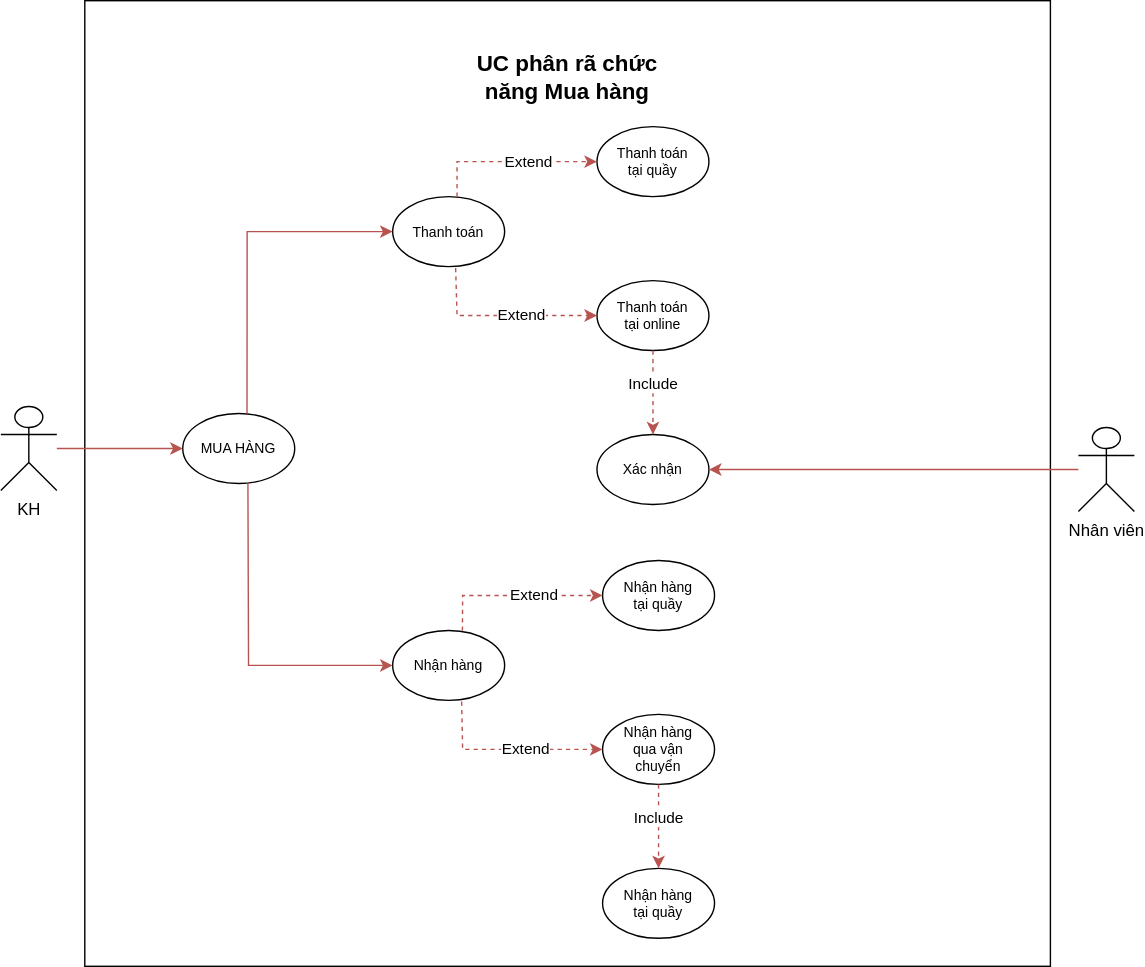
Earlier version of the draw.io export Ecommerce_Buy_UC.drawio.svg (quang08/Sys-Des-Analytics). Source tidied: cells renumbered, new cells last; positions are measured from the earlier drawing's top-left corner, leaving out a move shared by most shapes. The source it was exported from:
```xml
<mxGraphModel>
  <root>
    <mxCell id="0" />
    <mxCell id="1" parent="0" />
    <mxCell id="2" style="whiteSpace=wrap;html=1;" parent="1" vertex="1">
      <mxGeometry x="60" width="690" height="690" as="geometry" />
    </mxCell>
    <mxCell id="3" value="KH&lt;br&gt;" style="shape=umlActor;verticalLabelPosition=bottom;verticalAlign=top;html=1;outlineConnect=0;" parent="1" vertex="1">
      <mxGeometry y="290" width="40" height="60" as="geometry" />
    </mxCell>
    <mxCell id="4" value="&lt;b style=&quot;font-size: 16px;&quot;&gt;UC phân rã chức năng Mua hàng&lt;/b&gt;" style="text;html=1;strokeColor=none;fillColor=none;align=center;verticalAlign=middle;whiteSpace=wrap;rounded=0;fontSize=16;" parent="1" vertex="1">
      <mxGeometry x="325" y="40" width="160" height="30" as="geometry" />
    </mxCell>
    <mxCell id="5" style="ellipse;whiteSpace=wrap;html=1;" parent="1" vertex="1">
      <mxGeometry x="130" y="295" width="80" height="50" as="geometry" />
    </mxCell>
    <mxCell id="6" value="MUA HÀNG" style="text;html=1;strokeColor=none;fillColor=none;align=center;verticalAlign=middle;whiteSpace=wrap;rounded=0;fontSize=10;" parent="1" vertex="1">
      <mxGeometry x="140" y="307.5" width="60" height="25" as="geometry" />
    </mxCell>
    <mxCell id="7" style="endArrow=classic;html=1;rounded=0;fillColor=#f8cecc;strokeColor=#b85450;" parent="1" edge="1" source="3">
      <mxGeometry relative="1" as="geometry">
        <mxPoint x="130" y="320" as="targetPoint" />
      </mxGeometry>
    </mxCell>
    <mxCell id="8" style="ellipse;whiteSpace=wrap;html=1;" parent="1" vertex="1">
      <mxGeometry x="280" y="140" width="80" height="50" as="geometry" />
    </mxCell>
    <mxCell id="9" value="Thanh toán" style="text;html=1;strokeColor=none;fillColor=none;align=center;verticalAlign=middle;whiteSpace=wrap;rounded=0;fontSize=10;" parent="1" vertex="1">
      <mxGeometry x="290" y="152.5" width="60" height="25" as="geometry" />
    </mxCell>
    <mxCell id="10" style="endArrow=classic;html=1;rounded=0;fillColor=#f8cecc;strokeColor=#b85450;exitX=0.574;exitY=0.002;exitDx=0;exitDy=0;exitPerimeter=0;" parent="1" edge="1" source="5">
      <mxGeometry relative="1" as="geometry">
        <mxPoint x="280" y="165" as="targetPoint" />
        <Array as="points">
          <mxPoint x="176" y="165" />
        </Array>
      </mxGeometry>
    </mxCell>
    <mxCell id="11" style="ellipse;whiteSpace=wrap;html=1;" parent="1" vertex="1">
      <mxGeometry x="280" y="450" width="80" height="50" as="geometry" />
    </mxCell>
    <mxCell id="12" value="Nhận hàng" style="text;html=1;strokeColor=none;fillColor=none;align=center;verticalAlign=middle;whiteSpace=wrap;rounded=0;fontSize=10;" parent="1" vertex="1">
      <mxGeometry x="290" y="462.5" width="60" height="25" as="geometry" />
    </mxCell>
    <mxCell id="13" style="endArrow=classic;html=1;rounded=0;fillColor=#f8cecc;strokeColor=#b85450;exitX=0.582;exitY=0.987;exitDx=0;exitDy=0;exitPerimeter=0;" parent="1" edge="1" source="5">
      <mxGeometry relative="1" as="geometry">
        <mxPoint x="280" y="475" as="targetPoint" />
        <Array as="points">
          <mxPoint x="177" y="475" />
        </Array>
      </mxGeometry>
    </mxCell>
    <mxCell id="14" style="ellipse;whiteSpace=wrap;html=1;" parent="1" vertex="1">
      <mxGeometry x="430" y="400" width="80" height="50" as="geometry" />
    </mxCell>
    <mxCell id="15" value="Nhận hàng tại quầy" style="text;html=1;strokeColor=none;fillColor=none;align=center;verticalAlign=middle;whiteSpace=wrap;rounded=0;fontSize=10;" parent="1" vertex="1">
      <mxGeometry x="440" y="412.5" width="60" height="25" as="geometry" />
    </mxCell>
    <mxCell id="16" style="endArrow=classic;html=1;rounded=0;fillColor=#f8cecc;strokeColor=#b85450;dashed=1;exitX=0.623;exitY=0.005;exitDx=0;exitDy=0;exitPerimeter=0;" parent="1" edge="1" source="11">
      <mxGeometry relative="1" as="geometry">
        <mxPoint x="430" y="425" as="targetPoint" />
        <Array as="points">
          <mxPoint x="330" y="425" />
        </Array>
      </mxGeometry>
    </mxCell>
    <mxCell id="17" value="Extend" style="edgeLabel;html=1;align=center;verticalAlign=middle;" parent="16" vertex="1">
      <mxGeometry x="-0.15" relative="1" as="geometry">
        <mxPoint x="22" as="offset" />
      </mxGeometry>
    </mxCell>
    <mxCell id="18" style="ellipse;whiteSpace=wrap;html=1;" parent="1" vertex="1">
      <mxGeometry x="430" y="510" width="80" height="50" as="geometry" />
    </mxCell>
    <mxCell id="19" value="Nhận hàng qua vận chuyển" style="text;html=1;strokeColor=none;fillColor=none;align=center;verticalAlign=middle;whiteSpace=wrap;rounded=0;fontSize=10;" parent="1" vertex="1">
      <mxGeometry x="440" y="522.5" width="60" height="25" as="geometry" />
    </mxCell>
    <mxCell id="20" style="endArrow=classic;html=1;rounded=0;fillColor=#f8cecc;strokeColor=#b85450;dashed=1;exitX=0.616;exitY=1.017;exitDx=0;exitDy=0;exitPerimeter=0;" parent="1" edge="1" source="11">
      <mxGeometry relative="1" as="geometry">
        <mxPoint x="430" y="535" as="targetPoint" />
        <Array as="points">
          <mxPoint x="330" y="535" />
        </Array>
      </mxGeometry>
    </mxCell>
    <mxCell id="21" value="Extend" style="edgeLabel;html=1;align=center;verticalAlign=middle;" parent="20" vertex="1">
      <mxGeometry x="-0.15" relative="1" as="geometry">
        <mxPoint x="22" as="offset" />
      </mxGeometry>
    </mxCell>
    <mxCell id="22" style="ellipse;whiteSpace=wrap;html=1;" parent="1" vertex="1">
      <mxGeometry x="430" y="620" width="80" height="50" as="geometry" />
    </mxCell>
    <mxCell id="23" value="Nhận hàng tại quầy" style="text;html=1;strokeColor=none;fillColor=none;align=center;verticalAlign=middle;whiteSpace=wrap;rounded=0;fontSize=10;" parent="1" vertex="1">
      <mxGeometry x="440" y="632.5" width="60" height="25" as="geometry" />
    </mxCell>
    <mxCell id="24" style="endArrow=classic;html=1;rounded=0;fillColor=#f8cecc;strokeColor=#b85450;dashed=1;exitX=0.5;exitY=1;exitDx=0;exitDy=0;entryX=0.5;entryY=0;entryDx=0;entryDy=0;" parent="1" edge="1" source="18" target="22">
      <mxGeometry relative="1" as="geometry" />
    </mxCell>
    <mxCell id="25" value="Include" style="edgeLabel;html=1;align=center;verticalAlign=middle;" parent="24" vertex="1">
      <mxGeometry x="-0.22" relative="1" as="geometry" />
    </mxCell>
    <mxCell id="26" style="ellipse;whiteSpace=wrap;html=1;" parent="1" vertex="1">
      <mxGeometry x="426" y="90" width="80" height="50" as="geometry" />
    </mxCell>
    <mxCell id="27" value="Thanh toán tại quầy" style="text;html=1;strokeColor=none;fillColor=none;align=center;verticalAlign=middle;whiteSpace=wrap;rounded=0;fontSize=10;" parent="1" vertex="1">
      <mxGeometry x="436" y="102.5" width="60" height="25" as="geometry" />
    </mxCell>
    <mxCell id="28" style="endArrow=classic;html=1;rounded=0;fillColor=#f8cecc;strokeColor=#b85450;dashed=1;exitX=0.623;exitY=0.005;exitDx=0;exitDy=0;exitPerimeter=0;" parent="1" edge="1">
      <mxGeometry relative="1" as="geometry">
        <mxPoint x="326" y="140" as="sourcePoint" />
        <mxPoint x="426" y="115" as="targetPoint" />
        <Array as="points">
          <mxPoint x="326" y="115" />
        </Array>
      </mxGeometry>
    </mxCell>
    <mxCell id="29" value="Extend" style="edgeLabel;html=1;align=center;verticalAlign=middle;" parent="28" vertex="1">
      <mxGeometry x="-0.15" relative="1" as="geometry">
        <mxPoint x="22" as="offset" />
      </mxGeometry>
    </mxCell>
    <mxCell id="30" style="ellipse;whiteSpace=wrap;html=1;" parent="1" vertex="1">
      <mxGeometry x="426" y="200" width="80" height="50" as="geometry" />
    </mxCell>
    <mxCell id="31" value="Thanh toán tại online" style="text;html=1;strokeColor=none;fillColor=none;align=center;verticalAlign=middle;whiteSpace=wrap;rounded=0;fontSize=10;" parent="1" vertex="1">
      <mxGeometry x="436" y="212.5" width="60" height="25" as="geometry" />
    </mxCell>
    <mxCell id="32" style="endArrow=classic;html=1;rounded=0;fillColor=#f8cecc;strokeColor=#b85450;dashed=1;exitX=0.616;exitY=1.017;exitDx=0;exitDy=0;exitPerimeter=0;" parent="1" edge="1">
      <mxGeometry relative="1" as="geometry">
        <mxPoint x="325" y="191" as="sourcePoint" />
        <mxPoint x="426" y="225" as="targetPoint" />
        <Array as="points">
          <mxPoint x="326" y="225" />
        </Array>
      </mxGeometry>
    </mxCell>
    <mxCell id="33" value="Extend" style="edgeLabel;html=1;align=center;verticalAlign=middle;" parent="32" vertex="1">
      <mxGeometry x="-0.15" relative="1" as="geometry">
        <mxPoint x="22" as="offset" />
      </mxGeometry>
    </mxCell>
    <mxCell id="34" style="ellipse;whiteSpace=wrap;html=1;" parent="1" vertex="1">
      <mxGeometry x="426" y="310" width="80" height="50" as="geometry" />
    </mxCell>
    <mxCell id="35" value="Xác nhận" style="text;html=1;strokeColor=none;fillColor=none;align=center;verticalAlign=middle;whiteSpace=wrap;rounded=0;fontSize=10;" parent="1" vertex="1">
      <mxGeometry x="436" y="322.5" width="60" height="25" as="geometry" />
    </mxCell>
    <mxCell id="36" style="endArrow=classic;html=1;rounded=0;fillColor=#f8cecc;strokeColor=#b85450;dashed=1;exitX=0.5;exitY=1;exitDx=0;exitDy=0;entryX=0.5;entryY=0;entryDx=0;entryDy=0;" parent="1" edge="1" source="30" target="34">
      <mxGeometry relative="1" as="geometry" />
    </mxCell>
    <mxCell id="37" value="Include" style="edgeLabel;html=1;align=center;verticalAlign=middle;" parent="36" vertex="1">
      <mxGeometry x="-0.22" relative="1" as="geometry" />
    </mxCell>
    <mxCell id="38" value="Nhân viên&lt;br&gt;" style="shape=umlActor;verticalLabelPosition=bottom;verticalAlign=top;html=1;outlineConnect=0;" parent="1" vertex="1">
      <mxGeometry x="770" y="305" width="40" height="60" as="geometry" />
    </mxCell>
    <mxCell id="39" style="endArrow=classic;html=1;rounded=0;fillColor=#f8cecc;strokeColor=#b85450;entryX=1;entryY=0.5;entryDx=0;entryDy=0;" parent="1" edge="1" source="38" target="34">
      <mxGeometry relative="1" as="geometry" />
    </mxCell>
  </root>
</mxGraphModel>
```
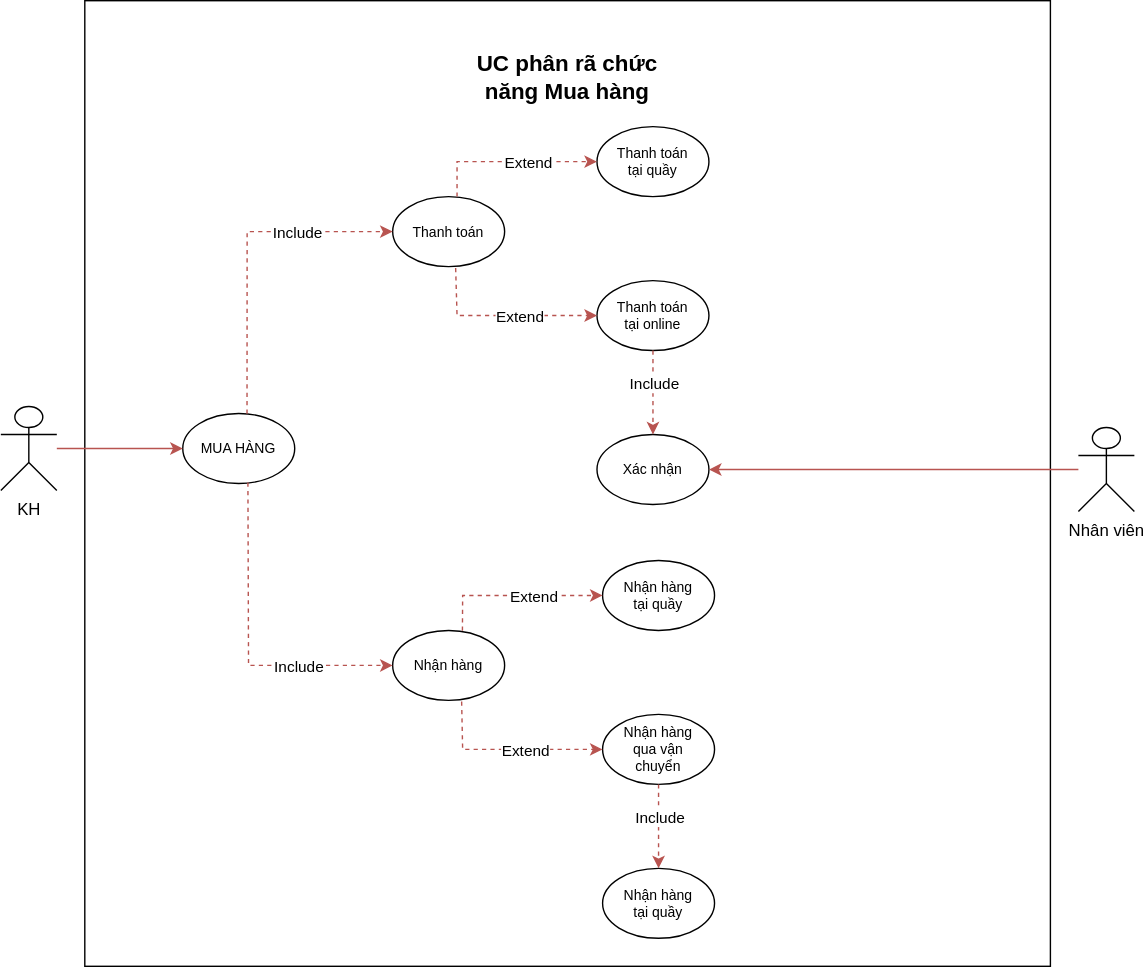
Above is the later version.

What changed in the source:
```diff
@@ -28,7 +28,7 @@
     <mxCell id="9" value="Thanh toán" style="text;html=1;strokeColor=none;fillColor=none;align=center;verticalAlign=middle;whiteSpace=wrap;rounded=0;fontSize=10;" parent="1" vertex="1">
       <mxGeometry x="290" y="152.5" width="60" height="25" as="geometry" />
     </mxCell>
-    <mxCell id="10" style="endArrow=classic;html=1;rounded=0;fillColor=#f8cecc;strokeColor=#b85450;exitX=0.574;exitY=0.002;exitDx=0;exitDy=0;exitPerimeter=0;" parent="1" edge="1" source="5">
+    <mxCell id="10" style="endArrow=classic;html=1;rounded=0;fillColor=#f8cecc;strokeColor=#b85450;exitX=0.574;exitY=0.002;exitDx=0;exitDy=0;exitPerimeter=0;dashed=1;" parent="1" edge="1" source="5">
       <mxGeometry relative="1" as="geometry">
         <mxPoint x="280" y="165" as="targetPoint" />
         <Array as="points">
@@ -36,13 +36,16 @@
         </Array>
       </mxGeometry>
     </mxCell>
+    <mxCell id="40" value="Include" style="edgeLabel;html=1;align=center;verticalAlign=middle;" parent="10" vertex="1">
+      <mxGeometry x="0.41" relative="1" as="geometry" />
+    </mxCell>
     <mxCell id="11" style="ellipse;whiteSpace=wrap;html=1;" parent="1" vertex="1">
       <mxGeometry x="280" y="450" width="80" height="50" as="geometry" />
     </mxCell>
     <mxCell id="12" value="Nhận hàng" style="text;html=1;strokeColor=none;fillColor=none;align=center;verticalAlign=middle;whiteSpace=wrap;rounded=0;fontSize=10;" parent="1" vertex="1">
       <mxGeometry x="290" y="462.5" width="60" height="25" as="geometry" />
     </mxCell>
-    <mxCell id="13" style="endArrow=classic;html=1;rounded=0;fillColor=#f8cecc;strokeColor=#b85450;exitX=0.582;exitY=0.987;exitDx=0;exitDy=0;exitPerimeter=0;" parent="1" edge="1" source="5">
+    <mxCell id="13" style="endArrow=classic;html=1;rounded=0;fillColor=#f8cecc;strokeColor=#b85450;exitX=0.582;exitY=0.987;exitDx=0;exitDy=0;exitPerimeter=0;dashed=1;" parent="1" edge="1" source="5">
       <mxGeometry relative="1" as="geometry">
         <mxPoint x="280" y="475" as="targetPoint" />
         <Array as="points">
@@ -50,6 +53,9 @@
         </Array>
       </mxGeometry>
     </mxCell>
+    <mxCell id="41" value="Include" style="edgeLabel;html=1;align=center;verticalAlign=middle;" parent="13" vertex="1">
+      <mxGeometry x="0.43" relative="1" as="geometry" />
+    </mxCell>
     <mxCell id="14" style="ellipse;whiteSpace=wrap;html=1;" parent="1" vertex="1">
       <mxGeometry x="430" y="400" width="80" height="50" as="geometry" />
     </mxCell>
```
